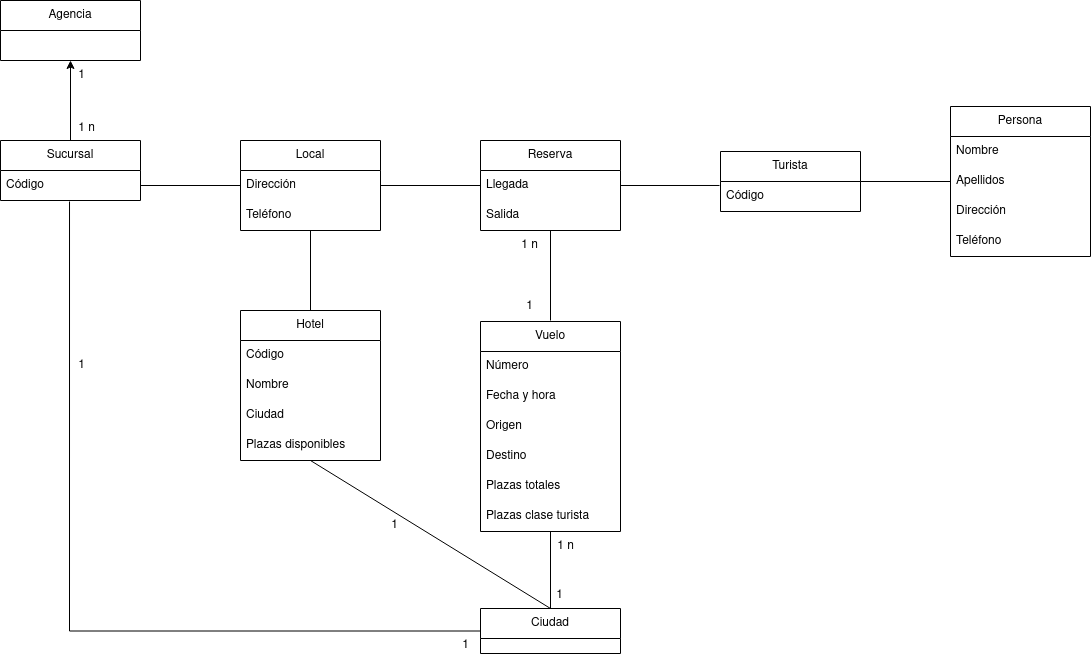
The draw.io diagram Tema 5. Diagramas de clase/Tarea 2. Agencia viajes/img/AgenciaViajes.drawio.png in colidom/ets, before a commit. Source tidied: cells renumbered, new cells last; positions are measured from the earlier drawing's top-left corner, leaving out a move shared by most shapes.
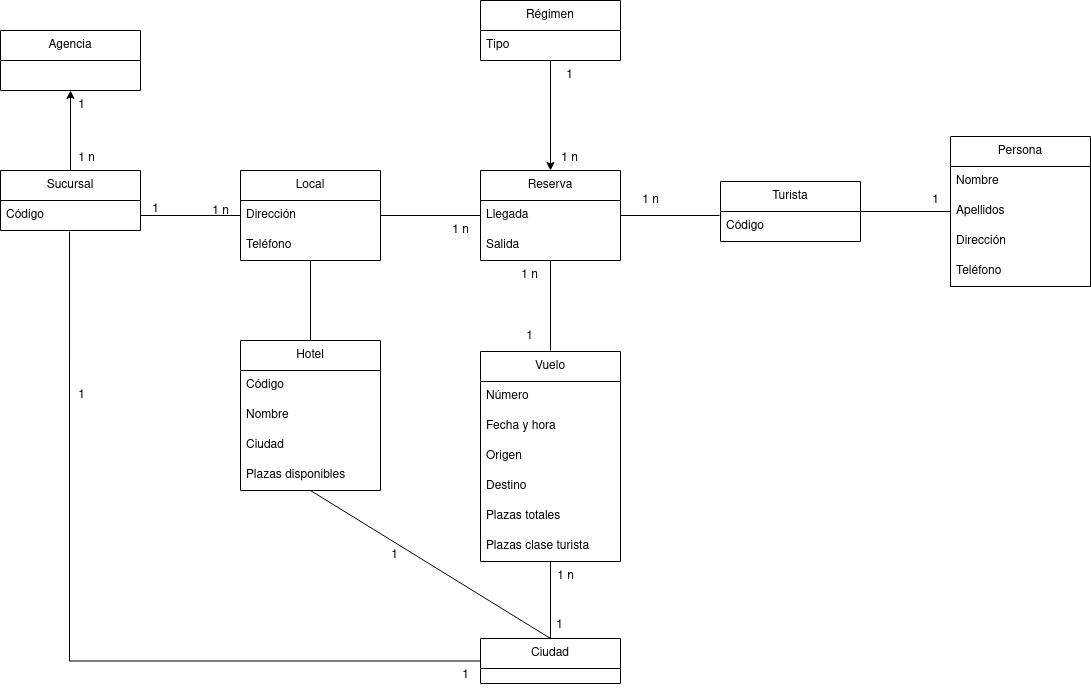
After the change.

What changed in the source:
```diff
@@ -78,6 +78,9 @@
         <mxPoint x="550" y="320" as="targetPoint" />
       </mxGeometry>
     </mxCell>
+    <mxCell id="50" style="edgeStyle=none;rounded=0;jettySize=auto;html=1;startArrow=classic;startFill=1;endArrow=none;endFill=0;" parent="1" edge="1" source="26" target="55">
+      <mxGeometry relative="1" as="geometry" />
+    </mxCell>
     <mxCell id="26" value="Reserva" style="swimlane;fontStyle=0;horizontal=1;startSize=30;whiteSpace=wrap;html=1;" parent="1" vertex="1">
       <mxGeometry x="480" y="140" width="140" height="90" as="geometry" />
     </mxCell>
@@ -152,5 +155,32 @@
     <mxCell id="49" value="1 n" style="text;html=1;align=center;verticalAlign=middle;strokeColor=none;fillColor=none;" parent="1" vertex="1">
       <mxGeometry x="509" y="230" width="40" height="30" as="geometry" />
     </mxCell>
+    <mxCell id="51" value="1 n" style="text;html=1;align=center;verticalAlign=middle;strokeColor=none;fillColor=none;" parent="1" vertex="1">
+      <mxGeometry x="630" y="155" width="40" height="30" as="geometry" />
+    </mxCell>
+    <mxCell id="52" value="1" style="text;html=1;align=center;verticalAlign=middle;strokeColor=none;fillColor=none;" parent="1" vertex="1">
+      <mxGeometry x="140" y="164" width="30" height="30" as="geometry" />
+    </mxCell>
+    <mxCell id="53" value="1 n" style="text;html=1;align=center;verticalAlign=middle;strokeColor=none;fillColor=none;" parent="1" vertex="1">
+      <mxGeometry x="200" y="166" width="40" height="30" as="geometry" />
+    </mxCell>
+    <mxCell id="54" value="1 n" style="text;html=1;align=center;verticalAlign=middle;strokeColor=none;fillColor=none;" parent="1" vertex="1">
+      <mxGeometry x="440" y="185" width="40" height="30" as="geometry" />
+    </mxCell>
+    <mxCell id="55" value="Régimen" style="swimlane;fontStyle=0;horizontal=1;startSize=30;whiteSpace=wrap;html=1;" parent="1" vertex="1">
+      <mxGeometry x="480" y="-30" width="140" height="60" as="geometry" />
+    </mxCell>
+    <mxCell id="56" value="Tipo" style="text;strokeColor=none;fillColor=none;align=left;verticalAlign=middle;spacingLeft=4;spacingRight=4;overflow=hidden;whiteSpace=wrap;html=1;" parent="55" vertex="1">
+      <mxGeometry y="30" width="140" height="30" as="geometry" />
+    </mxCell>
+    <mxCell id="57" value="1 n" style="text;html=1;align=center;verticalAlign=middle;strokeColor=none;fillColor=none;" parent="1" vertex="1">
+      <mxGeometry x="549" y="113" width="40" height="30" as="geometry" />
+    </mxCell>
+    <mxCell id="58" value="1" style="text;html=1;align=center;verticalAlign=middle;strokeColor=none;fillColor=none;" parent="1" vertex="1">
+      <mxGeometry x="554" y="30" width="30" height="30" as="geometry" />
+    </mxCell>
+    <mxCell id="59" value="1" style="text;html=1;align=center;verticalAlign=middle;strokeColor=none;fillColor=none;" parent="1" vertex="1">
+      <mxGeometry x="920" y="155" width="30" height="30" as="geometry" />
+    </mxCell>
   </root>
 </mxGraphModel>
```
